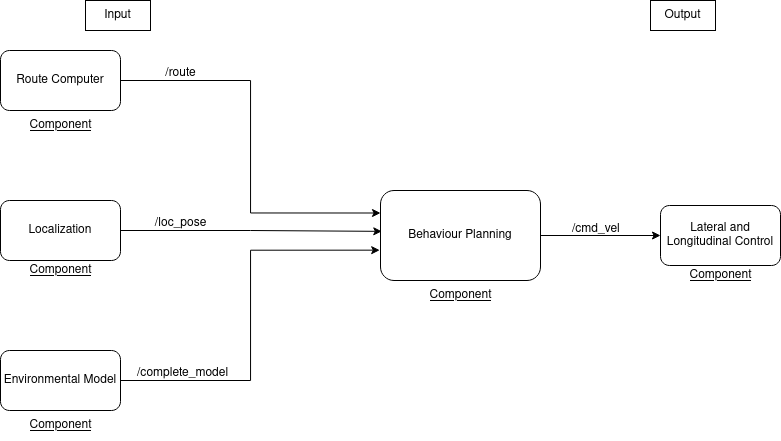
Above: images/behplan.png in amodpatil1/Behaviour-Planning-State-Machine (draw.io), before the change. Source tidied: cells renumbered, new cells last; positions are measured from the earlier drawing's top-left corner, leaving out a move shared by most shapes.
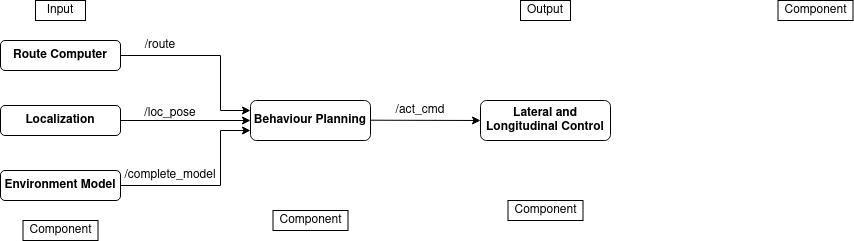
Later version of the same file.

Commit message:
update component diagram

Diff of the diagram source:
```diff
@@ -2,65 +2,74 @@
   <root>
     <mxCell id="0" />
     <mxCell id="1" parent="0" />
-    <mxCell id="2" style="edgeStyle=orthogonalEdgeStyle;rounded=0;jettySize=auto;html=1;exitX=1;exitY=0.5;exitDx=0;exitDy=0;entryX=0;entryY=0.25;entryDx=0;entryDy=0;" parent="1" edge="1" source="3" target="7">
-      <mxGeometry relative="1" as="geometry" />
-    </mxCell>
+    <mxCell id="7" value="&lt;b&gt;Behaviour Planning&lt;br&gt;&lt;/b&gt;" style="rounded=1;whiteSpace=wrap;html=1;" parent="1" vertex="1">
+      <mxGeometry x="290" y="260" width="120" height="40" as="geometry" />
+    </mxCell>
-    <mxCell id="3" value="Route Computer" style="rounded=1;whiteSpace=wrap;html=1;" parent="1" vertex="1">
-      <mxGeometry y="50" width="120" height="60" as="geometry" />
+    <mxCell id="3" value="&lt;b&gt;Route Computer&lt;br&gt;&lt;/b&gt;" style="rounded=1;whiteSpace=wrap;html=1;" parent="1" vertex="1">
+      <mxGeometry x="40" y="200" width="120" height="30" as="geometry" />
     </mxCell>
-    <mxCell id="4" value="Localization" style="rounded=1;whiteSpace=wrap;html=1;" parent="1" vertex="1">
-      <mxGeometry y="200" width="120" height="60" as="geometry" />
+    <mxCell id="4" value="&lt;b&gt;Localization&lt;br&gt;&lt;/b&gt;" style="rounded=1;whiteSpace=wrap;html=1;" parent="1" vertex="1">
+      <mxGeometry x="40" y="265" width="120" height="30" as="geometry" />
     </mxCell>
-    <mxCell id="5" value="Environmental Model" style="rounded=1;whiteSpace=wrap;html=1;" parent="1" vertex="1">
-      <mxGeometry y="350" width="120" height="60" as="geometry" />
-    </mxCell>
-    <mxCell id="6" style="edgeStyle=orthogonalEdgeStyle;rounded=0;jettySize=auto;html=1;entryX=0;entryY=0.5;entryDx=0;entryDy=0;" parent="1" edge="1" source="7" target="8">
-      <mxGeometry relative="1" as="geometry" />
-    </mxCell>
-    <mxCell id="7" value="Behaviour Planning" style="rounded=1;whiteSpace=wrap;html=1;" parent="1" vertex="1">
-      <mxGeometry x="380" y="190" width="160" height="90" as="geometry" />
-    </mxCell>
+    <mxCell id="22" value="&lt;b&gt;Environment Model&lt;br&gt;&lt;/b&gt;" style="rounded=1;whiteSpace=wrap;html=1;" parent="1" vertex="1">
+      <mxGeometry x="40" y="330" width="120" height="30" as="geometry" />
+    </mxCell>
-    <mxCell id="8" value="Lateral and Longitudinal Control" style="rounded=1;whiteSpace=wrap;html=1;" parent="1" vertex="1">
-      <mxGeometry x="660" y="205" width="120" height="60" as="geometry" />
+    <mxCell id="8" value="&lt;b&gt;Lateral and Longitudinal Control&lt;br&gt;&lt;/b&gt;" style="rounded=1;whiteSpace=wrap;html=1;" parent="1" vertex="1">
+      <mxGeometry x="520" y="260" width="130" height="40" as="geometry" />
     </mxCell>
+    <mxCell id="2" style="endArrow=classic;html=1;rounded=0;exitX=1;exitY=0.5;exitDx=0;exitDy=0;entryX=0;entryY=0.25;entryDx=0;entryDy=0;" parent="1" edge="1" source="3" target="7">
+      <mxGeometry relative="1" as="geometry">
+        <Array as="points">
+          <mxPoint x="260" y="215" />
+          <mxPoint x="260" y="270" />
+        </Array>
+      </mxGeometry>
+    </mxCell>
-    <mxCell id="9" style="edgeStyle=orthogonalEdgeStyle;rounded=0;jettySize=auto;html=1;exitX=1;exitY=0.5;exitDx=0;exitDy=0;entryX=0.008;entryY=0.454;entryDx=0;entryDy=0;entryPerimeter=0;" parent="1" edge="1" source="4" target="7">
+    <mxCell id="9" style="endArrow=classic;html=1;rounded=0;exitX=1;exitY=0.5;exitDx=0;exitDy=0;entryX=0;entryY=0.5;entryDx=0;entryDy=0;" parent="1" edge="1" source="4" target="7">
       <mxGeometry relative="1" as="geometry" />
     </mxCell>
-    <mxCell id="10" style="edgeStyle=orthogonalEdgeStyle;rounded=0;jettySize=auto;html=1;entryX=-0.005;entryY=0.663;entryDx=0;entryDy=0;entryPerimeter=0;" parent="1" edge="1" source="5" target="7">
-      <mxGeometry relative="1" as="geometry" />
-    </mxCell>
-    <mxCell id="11" value="/route" style="text;html=1;align=center;verticalAlign=middle;strokeColor=none;fillColor=none;" parent="1" vertex="1">
-      <mxGeometry x="155" y="58" width="50" height="30" as="geometry" />
-    </mxCell>
+    <mxCell id="23" style="endArrow=classic;html=1;rounded=0;exitX=1;exitY=0.5;exitDx=0;exitDy=0;entryX=0;entryY=0.75;entryDx=0;entryDy=0;" parent="1" edge="1" source="22" target="7">
+      <mxGeometry relative="1" as="geometry">
+        <Array as="points">
+          <mxPoint x="260" y="345" />
+          <mxPoint x="260" y="290" />
+        </Array>
+      </mxGeometry>
+    </mxCell>
+    <mxCell id="24" style="endArrow=classic;html=1;rounded=0;exitX=1;exitY=0.5;exitDx=0;exitDy=0;entryX=0;entryY=0.5;entryDx=0;entryDy=0;" parent="1" edge="1" target="8">
+      <mxGeometry relative="1" as="geometry">
+        <mxPoint x="410" y="279.7" as="sourcePoint" />
+      </mxGeometry>
+    </mxCell>
-    <mxCell id="12" value="/loc_pose" style="text;html=1;align=center;verticalAlign=middle;strokeColor=none;fillColor=none;" parent="1" vertex="1">
-      <mxGeometry x="140" y="208" width="80" height="30" as="geometry" />
+    <mxCell id="12" value="/loc_pose" style="text;html=1;align=center;verticalAlign=middle;whiteSpace=wrap;rounded=0;" parent="1" vertex="1">
+      <mxGeometry x="180" y="265" width="60" height="15" as="geometry" />
     </mxCell>
-    <mxCell id="13" value="/complete_model" style="text;html=1;align=center;verticalAlign=middle;strokeColor=none;fillColor=none;" parent="1" vertex="1">
-      <mxGeometry x="127" y="358" width="110" height="30" as="geometry" />
+    <mxCell id="13" value="/complete_model" style="text;html=1;align=center;verticalAlign=middle;whiteSpace=wrap;rounded=0;" parent="1" vertex="1">
+      <mxGeometry x="160" y="330" width="100" height="10" as="geometry" />
     </mxCell>
-    <mxCell id="14" value="/cmd_vel" style="text;whiteSpace=wrap;html=1;" parent="1" vertex="1">
-      <mxGeometry x="570" y="215" width="80" height="40" as="geometry" />
-    </mxCell>
+    <mxCell id="11" value="/route" style="text;html=1;align=center;verticalAlign=middle;whiteSpace=wrap;rounded=0;" parent="1" vertex="1">
+      <mxGeometry x="170" y="200" width="60" height="10" as="geometry" />
+    </mxCell>
+    <mxCell id="25" value="/act_cmd" style="text;html=1;align=center;verticalAlign=middle;whiteSpace=wrap;rounded=0;" parent="1" vertex="1">
+      <mxGeometry x="430" y="260" width="60" height="20" as="geometry" />
+    </mxCell>
     <mxCell id="15" value="Input" style="rounded=0;whiteSpace=wrap;html=1;" parent="1" vertex="1">
-      <mxGeometry x="85" width="65" height="30" as="geometry" />
+      <mxGeometry x="75" y="160" width="50" height="20" as="geometry" />
     </mxCell>
+    <mxCell id="26" value="Component" style="rounded=0;whiteSpace=wrap;html=1;" parent="1" vertex="1">
+      <mxGeometry x="312.5" y="370" width="75" height="20" as="geometry" />
+    </mxCell>
+    <mxCell id="27" value="Component" style="rounded=0;whiteSpace=wrap;html=1;" parent="1" vertex="1">
+      <mxGeometry x="62.5" y="380" width="75" height="20" as="geometry" />
+    </mxCell>
+    <mxCell id="28" value="Component" style="rounded=0;whiteSpace=wrap;html=1;" parent="1" vertex="1">
+      <mxGeometry x="547.5" y="360" width="75" height="20" as="geometry" />
+    </mxCell>
     <mxCell id="16" value="Output" style="rounded=0;whiteSpace=wrap;html=1;" parent="1" vertex="1">
-      <mxGeometry x="650" width="65" height="30" as="geometry" />
+      <mxGeometry x="560" y="160" width="50" height="20" as="geometry" />
     </mxCell>
-    <mxCell id="17" value="&lt;u&gt;Component&lt;/u&gt;" style="text;html=1;align=center;verticalAlign=middle;strokeColor=none;fillColor=none;" parent="1" vertex="1">
-      <mxGeometry x="15" y="110" width="90" height="30" as="geometry" />
-    </mxCell>
-    <mxCell id="18" value="&lt;u&gt;Component&lt;/u&gt;" style="text;html=1;align=center;verticalAlign=middle;strokeColor=none;fillColor=none;" parent="1" vertex="1">
-      <mxGeometry x="15" y="255" width="90" height="30" as="geometry" />
-    </mxCell>
-    <mxCell id="19" value="&lt;u&gt;Component&lt;/u&gt;" style="text;html=1;align=center;verticalAlign=middle;strokeColor=none;fillColor=none;" parent="1" vertex="1">
-      <mxGeometry x="15" y="410" width="90" height="30" as="geometry" />
-    </mxCell>
-    <mxCell id="20" value="&lt;u&gt;Component&lt;/u&gt;" style="text;html=1;align=center;verticalAlign=middle;strokeColor=none;fillColor=none;" parent="1" vertex="1">
-      <mxGeometry x="415" y="280" width="90" height="30" as="geometry" />
-    </mxCell>
-    <mxCell id="21" value="&lt;u&gt;Component&lt;/u&gt;" style="text;html=1;align=center;verticalAlign=middle;strokeColor=none;fillColor=none;" parent="1" vertex="1">
-      <mxGeometry x="675" y="260" width="90" height="30" as="geometry" />
-    </mxCell>
+    <mxCell id="29" value="Component" style="rounded=0;whiteSpace=wrap;html=1;" parent="1" vertex="1">
+      <mxGeometry x="817.5" y="160" width="75" height="20" as="geometry" />
+    </mxCell>
   </root>
 </mxGraphModel>
```
